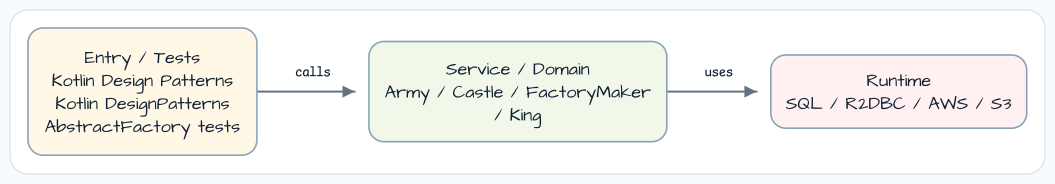
Above: docs/images/readme-diagrams/kotlin-design-patterns-src-main-kotlin-io-bluetape4k-workshop-kotlin-designpatterns-abstractfactory-readme-architecture-01.png in bluetape4k/bluetape4k-workshop (Graphviz), before the change. Its source is kept beside it as docs/images/readme-diagrams/kotlin-design-patterns-src-main-kotlin-io-bluetape4k-workshop-kotlin-designpatterns-abstractfactory-readme-architecture-01.dot. The source it was exported from:
```dot
digraph G {
  graph [
    rankdir=LR,
    bgcolor="white",
    pad="0.35",
    nodesep="0.55",
    ranksep="0.75",
    splines=ortho,
    outputorder=edgesfirst
  ];
  node [
    shape=box,
    style="rounded,filled",
    penwidth=1.4,
    color="#88A3B5",
    fillcolor="#F6FAFF",
    fontname="Architects Daughter",
    fontsize=14,
    margin="0.14,0.10"
  ];
  edge [
    color="#637383",
    arrowsize=0.8,
    penwidth=1.5,
    fontname="Comic Mono",
    fontsize=11
  ];

  entry [label="Entry / Tests\nKotlin Design Patterns\nKotlin DesignPatterns\nAbstractFactory tests", fillcolor="#FFF8E7"];
  service [label="Service / Domain\nArmy / Castle / FactoryMaker\n/ King", fillcolor="#F1F8E9"];
  runtime [label="Runtime\nSQL / R2DBC / AWS / S3", fillcolor="#FFF1F1"];

  entry -> service [label="calls"];
  service -> runtime [label="uses"];
}
```
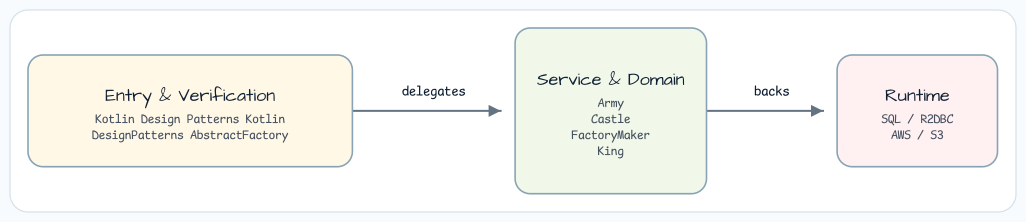
Above is the later version.

Change to the diagram source:
```diff
@@ -3,8 +3,8 @@
     rankdir=LR,
     bgcolor="white",
     pad="0.35",
-    nodesep="0.55",
-    ranksep="0.75",
+    nodesep="0.70",
+    ranksep="0.95",
     splines=ortho,
     outputorder=edgesfirst
   ];
@@ -16,7 +16,7 @@
     fillcolor="#F6FAFF",
     fontname="Architects Daughter",
     fontsize=14,
-    margin="0.14,0.10"
+    margin="0.20,0.16"
   ];
   edge [
     color="#637383",
@@ -26,10 +26,10 @@
     fontsize=11
   ];
 
-  entry [label="Entry / Tests\nKotlin Design Patterns\nKotlin DesignPatterns\nAbstractFactory tests", fillcolor="#FFF8E7"];
-  service [label="Service / Domain\nArmy / Castle / FactoryMaker\n/ King", fillcolor="#F1F8E9"];
-  runtime [label="Runtime\nSQL / R2DBC / AWS / S3", fillcolor="#FFF1F1"];
+  entry [label="Entry & Verification\nKotlin Design Patterns Kotlin\nDesignPatterns AbstractFactory", fillcolor="#FFF8E7"];
+  service [label="Service & Domain\nArmy\nCastle\nFactoryMaker\nKing", fillcolor="#F1F8E9"];
+  runtime [label="Runtime\nSQL / R2DBC\nAWS / S3", fillcolor="#FFF1F1"];
 
-  entry -> service [label="calls"];
-  service -> runtime [label="uses"];
+  entry -> service [label="delegates"];
+  service -> runtime [label="backs"];
 }
```
